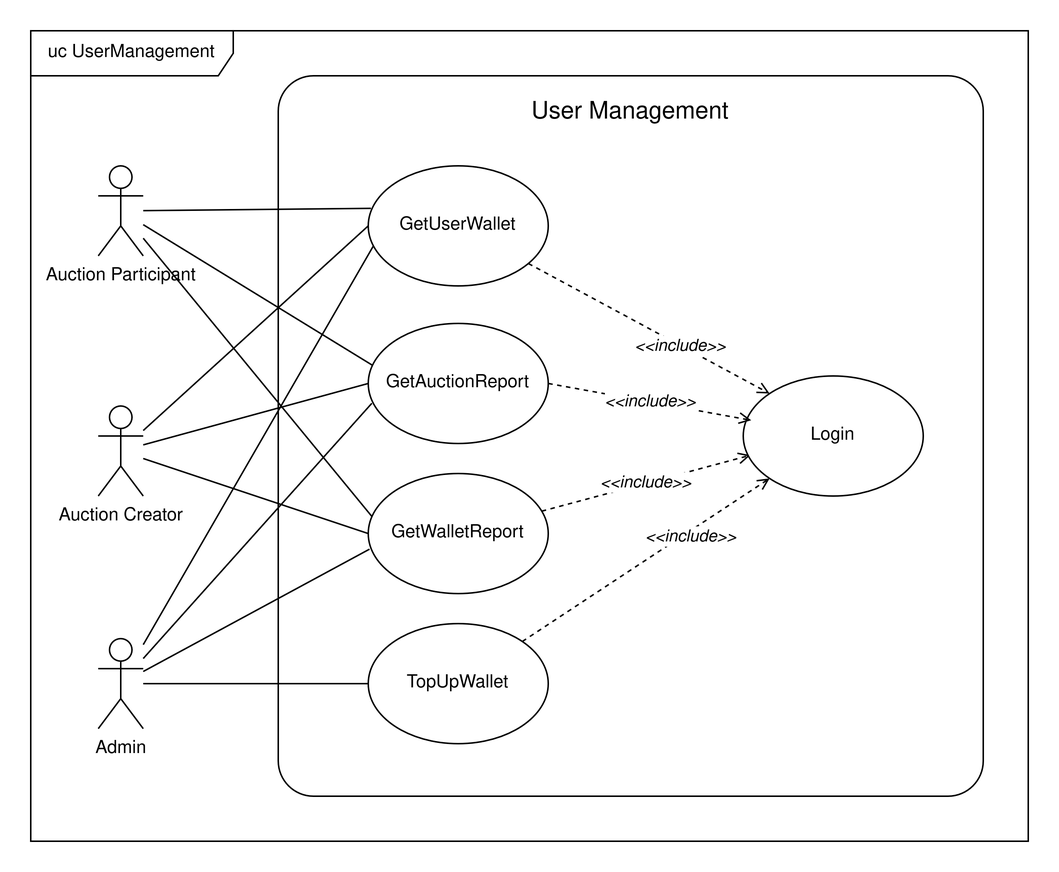
The draw.io diagram docs/images/useCase/UserManagementUseCase.drawio.png in simago44/Progetto_PA26, before a commit. Source tidied: cells renumbered, new cells last; positions are measured from the earlier drawing's top-left corner, leaving out a move shared by most shapes.
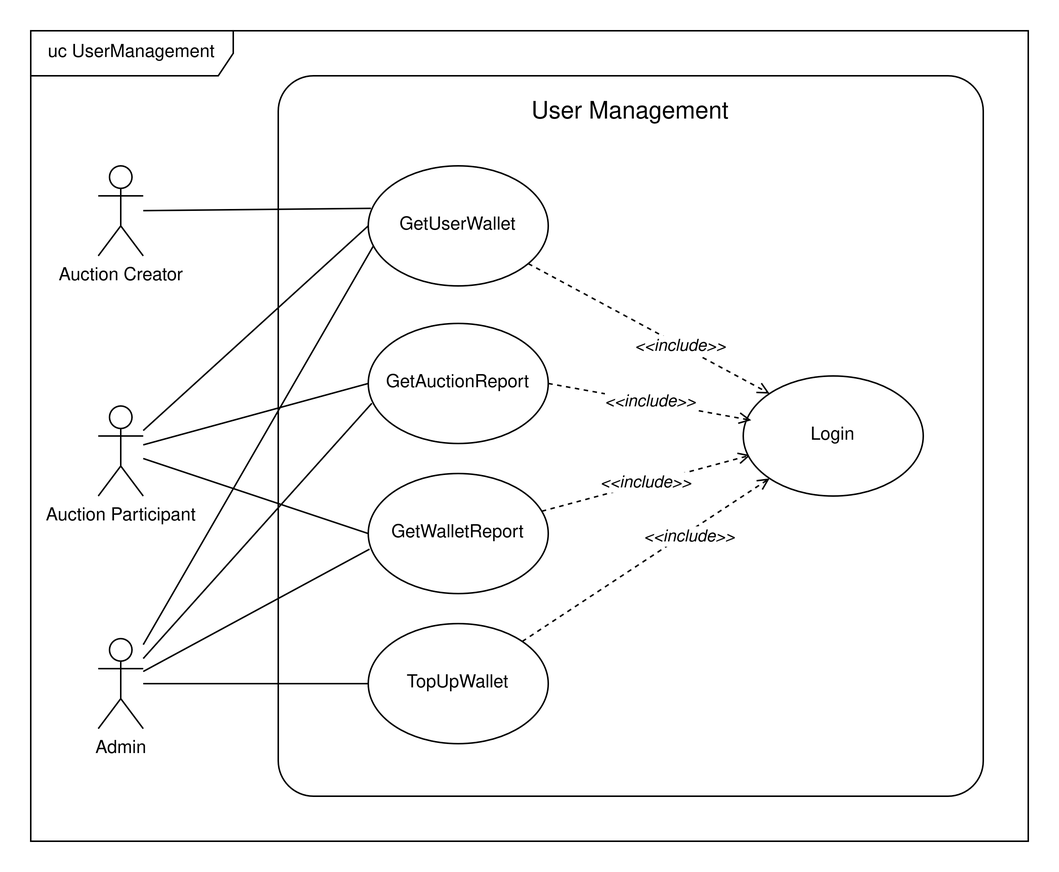
The same diagram one commit later.

The edit, as a diff of the source:
```diff
@@ -8,16 +8,10 @@
     <mxCell id="3" style="rounded=0;jettySize=auto;html=1;entryX=0.015;entryY=0.354;entryDx=0;entryDy=0;endArrow=none;endFill=0;entryPerimeter=0;" parent="1" edge="1" source="7" target="21">
       <mxGeometry relative="1" as="geometry" />
     </mxCell>
-    <mxCell id="4" style="rounded=0;jettySize=auto;html=1;entryX=0.037;entryY=0.361;entryDx=0;entryDy=0;endArrow=none;endFill=0;entryPerimeter=0;" parent="1" edge="1" source="7" target="18">
-      <mxGeometry relative="1" as="geometry" />
-    </mxCell>
     <mxCell id="5" style="rounded=0;jettySize=auto;html=1;endArrow=none;endFill=0;entryX=0;entryY=0.5;entryDx=0;entryDy=0;" parent="1" edge="1" source="15" target="24">
       <mxGeometry relative="1" as="geometry" />
     </mxCell>
-    <mxCell id="6" style="rounded=0;jettySize=auto;html=1;entryX=0.028;entryY=0.372;entryDx=0;entryDy=0;endArrow=none;endFill=0;entryPerimeter=0;" parent="1" edge="1" source="7" target="17">
-      <mxGeometry relative="1" as="geometry" />
-    </mxCell>
-    <mxCell id="7" value="Auction Participant" style="shape=umlActor;verticalLabelPosition=bottom;verticalAlign=top;html=1;outlineConnect=0;" parent="1" vertex="1">
+    <mxCell id="7" value="Auction Creator" style="shape=umlActor;verticalLabelPosition=bottom;verticalAlign=top;html=1;outlineConnect=0;" parent="1" vertex="1">
       <mxGeometry x="45" y="90" width="30" height="60" as="geometry" />
     </mxCell>
     <mxCell id="8" style="rounded=0;jettySize=auto;html=1;entryX=0;entryY=0.5;entryDx=0;entryDy=0;endArrow=none;endFill=0;" parent="1" edge="1" source="11" target="18">
@@ -29,7 +23,7 @@
     <mxCell id="10" style="rounded=0;jettySize=auto;html=1;entryX=0;entryY=0.5;entryDx=0;entryDy=0;endArrow=none;endFill=0;" parent="1" edge="1" source="11" target="21">
       <mxGeometry relative="1" as="geometry" />
     </mxCell>
-    <mxCell id="11" value="Auction Creator" style="shape=umlActor;verticalLabelPosition=bottom;verticalAlign=top;html=1;outlineConnect=0;" parent="1" vertex="1">
+    <mxCell id="11" value="Auction Participant" style="shape=umlActor;verticalLabelPosition=bottom;verticalAlign=top;html=1;outlineConnect=0;" parent="1" vertex="1">
       <mxGeometry x="45" y="250" width="30" height="60" as="geometry" />
     </mxCell>
     <mxCell id="12" style="rounded=0;jettySize=auto;html=1;endArrow=none;endFill=0;entryX=0.007;entryY=0.63;entryDx=0;entryDy=0;entryPerimeter=0;" parent="1" edge="1" source="15" target="17">
```
